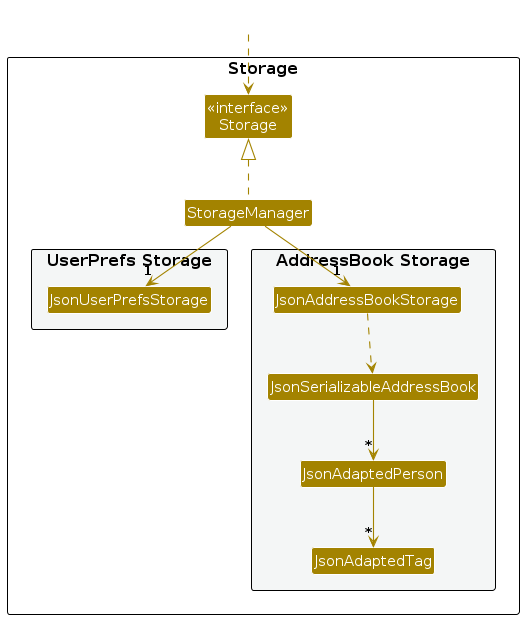
AY2627S1-CS2103T-F08-3/tp keeps this PlantUML diagram as diagrams/StorageClassDiagram.png. Above is the earlier version. Its source is kept beside it as diagrams/StorageClassDiagram.puml. Its diagram source:
```plantuml
@startuml
!include style.puml
skinparam arrowThickness 1.1
skinparam arrowColor STORAGE_COLOR
skinparam classBackgroundColor STORAGE_COLOR

package Storage as StoragePackage {

Class "<<interface>>\nStorage" as Storage
Class StorageManager

package "UserPrefs Storage" #F4F6F6{
Class JsonUserPrefsStorage
}

package "AddressBook Storage" #F4F6F6{
Class JsonAddressBookStorage
Class JsonSerializableAddressBook
Class JsonAdaptedPerson
Class JsonAdaptedTag
}

}

Class HiddenOutside #FFFFFF
HiddenOutside ..> Storage

StorageManager .up.|> Storage
StorageManager -down-> "1" JsonUserPrefsStorage
StorageManager -down-> "1" JsonAddressBookStorage

JsonAddressBookStorage ..> JsonSerializableAddressBook
JsonSerializableAddressBook --> "*" JsonAdaptedPerson
JsonAdaptedPerson --> "*" JsonAdaptedTag

@enduml
```
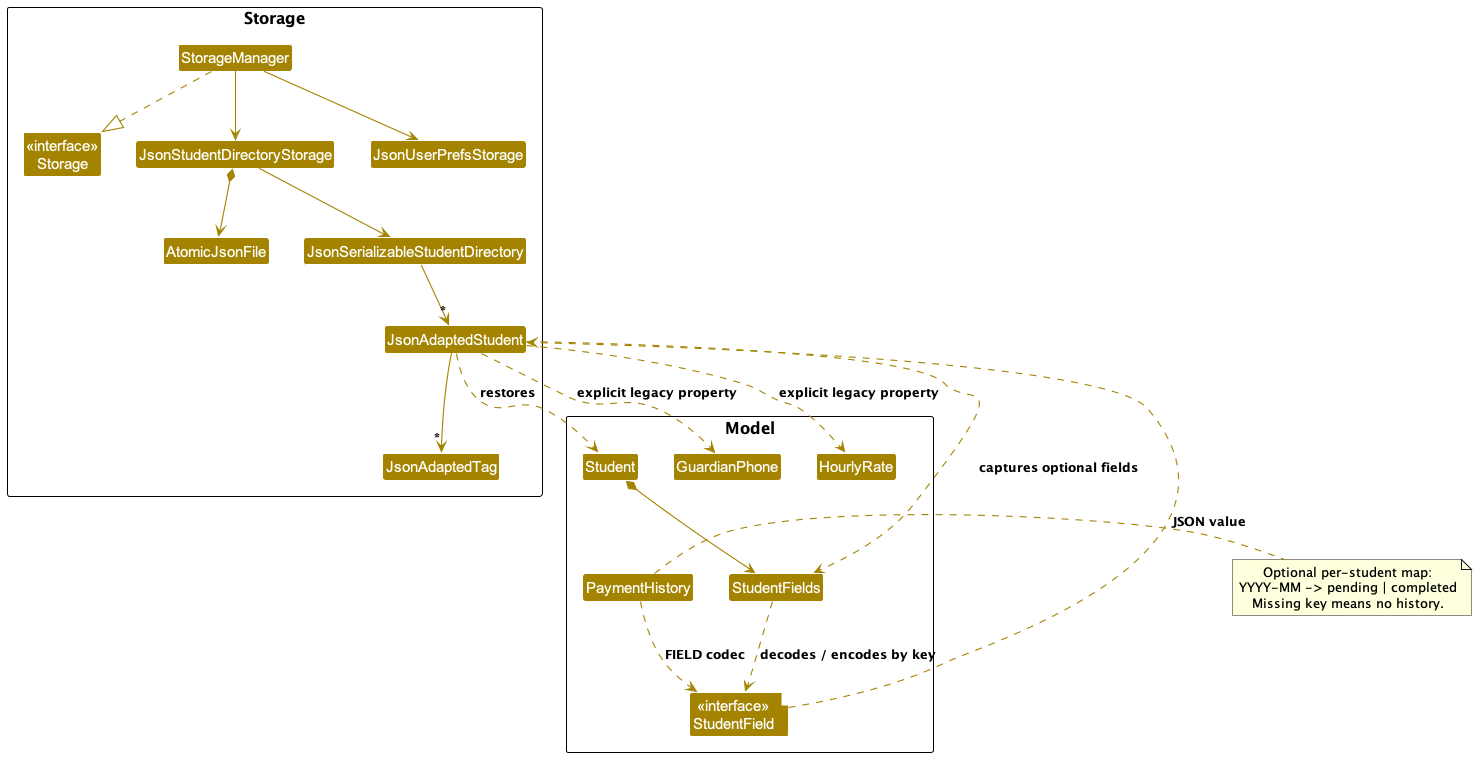
Later version of the same file.

The edit, as a diff of the source:
```diff
@@ -5,32 +5,70 @@
 skinparam classBackgroundColor STORAGE_COLOR
 
 package Storage as StoragePackage {
-
-Class "<<interface>>\nStorage" as Storage
-Class StorageManager
-
-package "UserPrefs Storage" #F4F6F6{
-Class JsonUserPrefsStorage
+  Class "<<interface>>\nStorage" as Storage
+  Class StorageManager
+  Class JsonStudentDirectoryStorage {
+    filePath: Path
+    writer: AtomicJsonFile
+  }
+  Class AtomicJsonFile {
+    write(Path, String)
+  }
+  Class JsonSerializableStudentDirectory {
+    persons: List<JsonAdaptedStudent>
+  }
+  Class JsonAdaptedStudent {
+    optionalFields: Map<String, JsonNode>
+    guardianPhone: String?
+    hourlyRate: String?
+    readOptionalField(key, value)
+    writeOptionalFields()
+  }
+  Class JsonAdaptedTag
+  Class JsonUserPrefsStorage
 }
 
-package "AddressBook Storage" #F4F6F6{
-Class JsonAddressBookStorage
-Class JsonSerializableAddressBook
-Class JsonAdaptedPerson
-Class JsonAdaptedTag
+package Model as ModelPackage {
+  Class Student {
+    id: UUID
+  }
+  Class StudentFields {
+    values: Map<String, JsonNode>\n(other optional fields)
+    get(StudentField)
+    with(StudentField, value)
+  }
+  Class "<<interface>>\nStudentField<T>" as StudentField {
+    key(): String
+    decode(JsonNode): T
+    encode(T): JsonNode
+  }
+  Class PaymentHistory {
+    FIELD key: payments
+    statuses: Map<YearMonth, PaymentStatus>
+  }
+  Class GuardianPhone
+  Class HourlyRate
 }
 
-}
-
-Class HiddenOutside #FFFFFF
-HiddenOutside ..> Storage
-
-StorageManager .up.|> Storage
-StorageManager -down-> "1" JsonUserPrefsStorage
-StorageManager -down-> "1" JsonAddressBookStorage
-
-JsonAddressBookStorage ..> JsonSerializableAddressBook
-JsonSerializableAddressBook --> "*" JsonAdaptedPerson
-JsonAdaptedPerson --> "*" JsonAdaptedTag
+StorageManager ..|> Storage
+StorageManager --> JsonUserPrefsStorage
+StorageManager --> JsonStudentDirectoryStorage
+JsonStudentDirectoryStorage --> JsonSerializableStudentDirectory
+JsonStudentDirectoryStorage *--> AtomicJsonFile
+JsonSerializableStudentDirectory --> "*" JsonAdaptedStudent
+JsonAdaptedStudent --> "*" JsonAdaptedTag
+JsonAdaptedStudent ..> Student : restores
+JsonAdaptedStudent ..> StudentFields : captures optional fields
+Student *--> StudentFields
+StudentFields ..> StudentField : decodes / encodes by key
+PaymentHistory ..> StudentField : FIELD codec
+StudentField ..> JsonAdaptedStudent : JSON value
+JsonAdaptedStudent ..> GuardianPhone : explicit legacy property
+JsonAdaptedStudent ..> HourlyRate : explicit legacy property
+note right of PaymentHistory
+  Optional per-student map:
+  YYYY-MM -> pending | completed
+  Missing key means no history.
+end note
 
 @enduml
```
